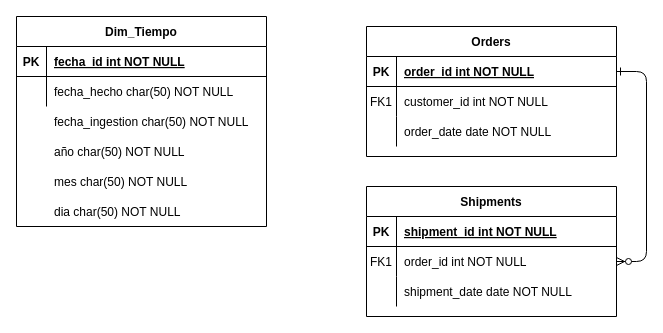
This is Diagrama sin título.drawio from JonhNino/Book-s, a draw.io file, before an edit. Source tidied: cells renumbered, new cells numbered last; positions are measured from the earlier drawing's top-left corner, leaving out a move shared by most shapes. Both pictures are drawn from the tidied source at 100%, with x=0, y=0 at pixel (16, 16).
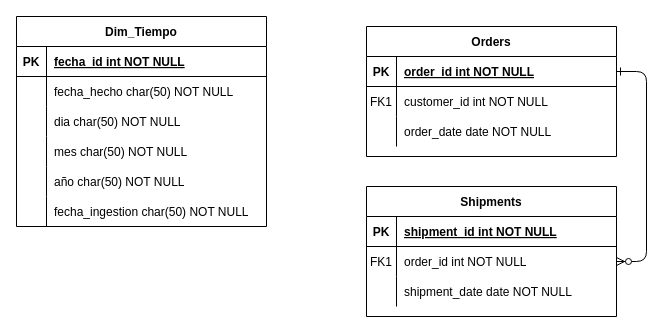
After the change.

Unchanged cells that the change refers to:
```xml
<mxCell id="23" value="Dim_Tiempo" style="shape=table;startSize=30;childLayout=tableLayout;rowLines=0;fontStyle=1;align=center;" parent="1" vertex="1">
  <mxGeometry width="250" height="210" as="geometry" />
</mxCell>
```

Diff of the diagram source:
```diff
@@
+    <mxCell id="34" style="shape=partialRectangle;fillColor=none;top=0;left=0;right=0;bottom=0;" parent="23" vertex="1">
+      <mxGeometry y="90" width="250" height="30" as="geometry" />
+    </mxCell>
+    <mxCell id="35" style="shape=partialRectangle;overflow=hidden;fillColor=none;top=0;left=0;bottom=0;right=0;" parent="34" vertex="1">
+      <mxGeometry width="30" height="30" as="geometry" />
+    </mxCell>
+    <mxCell id="33" value="dia char(50) NOT NULL" style="shape=partialRectangle;overflow=hidden;fillColor=none;top=0;left=0;bottom=0;right=0;align=left;spacingLeft=6;" parent="34" vertex="1">
+      <mxGeometry x="30" width="220" height="30" as="geometry" />
+    </mxCell>
+    <mxCell id="36" style="shape=partialRectangle;fillColor=none;top=0;left=0;right=0;bottom=0;" parent="23" vertex="1">
+      <mxGeometry y="120" width="250" height="30" as="geometry" />
+    </mxCell>
+    <mxCell id="37" style="shape=partialRectangle;overflow=hidden;fillColor=none;top=0;left=0;bottom=0;right=0;" parent="36" vertex="1">
+      <mxGeometry width="30" height="30" as="geometry" />
+    </mxCell>
+    <mxCell id="32" value="mes char(50) NOT NULL" style="shape=partialRectangle;overflow=hidden;fillColor=none;top=0;left=0;bottom=0;right=0;align=left;spacingLeft=6;" parent="36" vertex="1">
+      <mxGeometry x="30" width="220" height="30" as="geometry" />
+    </mxCell>
+    <mxCell id="38" style="shape=partialRectangle;fillColor=none;top=0;left=0;right=0;bottom=0;" parent="23" vertex="1">
+      <mxGeometry y="150" width="250" height="30" as="geometry" />
+    </mxCell>
+    <mxCell id="39" style="shape=partialRectangle;overflow=hidden;fillColor=none;top=0;left=0;bottom=0;right=0;" parent="38" vertex="1">
+      <mxGeometry width="30" height="30" as="geometry" />
+    </mxCell>
+    <mxCell id="31" value="año char(50) NOT NULL" style="shape=partialRectangle;overflow=hidden;fillColor=none;top=0;left=0;bottom=0;right=0;align=left;spacingLeft=6;" parent="38" vertex="1">
+      <mxGeometry x="30" width="220" height="30" as="geometry" />
+    </mxCell>
+    <mxCell id="40" style="shape=partialRectangle;fillColor=none;top=0;left=0;right=0;bottom=0;" parent="23" vertex="1">
+      <mxGeometry y="180" width="250" height="30" as="geometry" />
+    </mxCell>
+    <mxCell id="41" style="shape=partialRectangle;overflow=hidden;fillColor=none;top=0;left=0;bottom=0;right=0;" parent="40" vertex="1">
+      <mxGeometry width="30" height="30" as="geometry" />
+    </mxCell>
-    <mxCell id="30" value="fecha_ingestion char(50) NOT NULL" style="shape=partialRectangle;overflow=hidden;fillColor=none;top=0;left=0;bottom=0;right=0;align=left;spacingLeft=6;" parent="1" vertex="1">
-      <mxGeometry x="30" y="90" width="220" height="30" as="geometry" />
+    <mxCell id="30" value="fecha_ingestion char(50) NOT NULL" style="shape=partialRectangle;overflow=hidden;fillColor=none;top=0;left=0;bottom=0;right=0;align=left;spacingLeft=6;" parent="40" vertex="1">
+      <mxGeometry x="30" width="220" height="30" as="geometry" />
     </mxCell>
-    <mxCell id="31" value="año char(50) NOT NULL" style="shape=partialRectangle;overflow=hidden;fillColor=none;top=0;left=0;bottom=0;right=0;align=left;spacingLeft=6;" parent="1" vertex="1">
-      <mxGeometry x="30" y="120" width="220" height="30" as="geometry" />
-    </mxCell>
-    <mxCell id="32" value="mes char(50) NOT NULL" style="shape=partialRectangle;overflow=hidden;fillColor=none;top=0;left=0;bottom=0;right=0;align=left;spacingLeft=6;" parent="1" vertex="1">
-      <mxGeometry x="30" y="150" width="220" height="30" as="geometry" />
-    </mxCell>
-    <mxCell id="33" value="dia char(50) NOT NULL" style="shape=partialRectangle;overflow=hidden;fillColor=none;top=0;left=0;bottom=0;right=0;align=left;spacingLeft=6;" parent="1" vertex="1">
-      <mxGeometry x="30" y="180" width="220" height="30" as="geometry" />
-    </mxCell>
```
